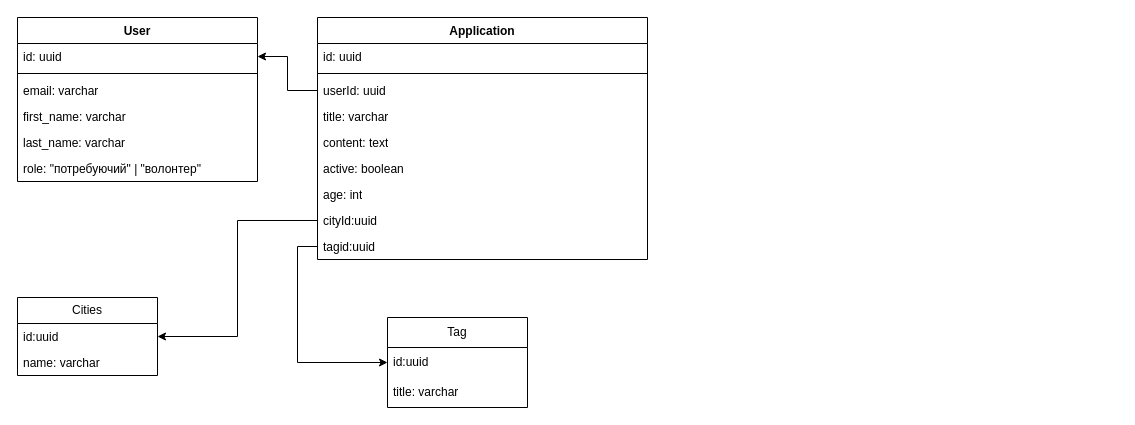
Before: Database.drawio in fyurchik/CodeCon, a draw.io diagram. Source tidied: cells renumbered, new cells numbered last; positions are measured from the earlier drawing's top-left corner, leaving out a move shared by most shapes. Both pictures are drawn from the tidied source at 100%, with x=0, y=0 at pixel (17, 17).
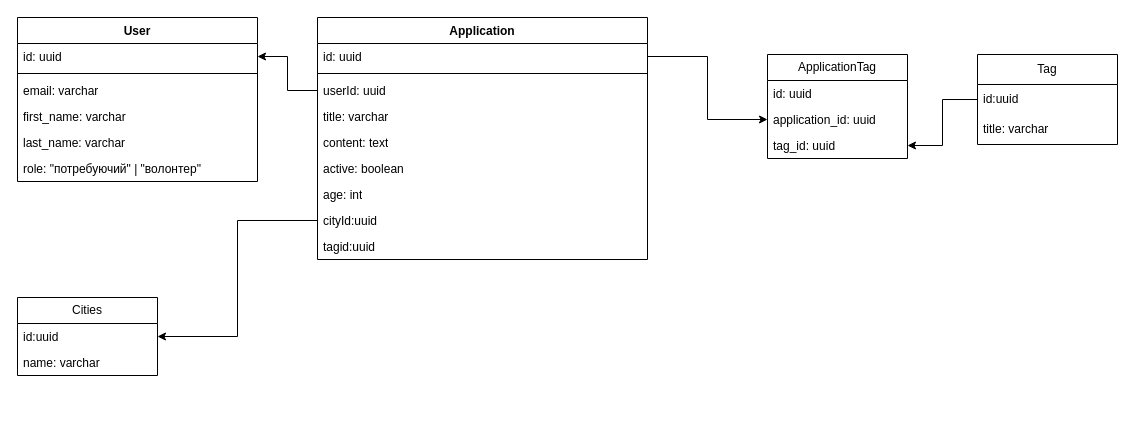
The same page after the edit.

Commit message:
Add ApplicationTag table

The change refers to these unchanged cells:
```xml
<mxCell id="10" value="id: uuid" style="text;strokeColor=none;fillColor=none;align=left;verticalAlign=top;spacingLeft=4;spacingRight=4;overflow=hidden;points=[[0,0.5],[1,0.5]];portConstraint=eastwest;whiteSpace=wrap;html=1;" parent="9" vertex="1">
  <mxGeometry y="26" width="330" height="26" as="geometry" />
</mxCell>
<mxCell id="18" value="tagid:uuid" style="text;strokeColor=none;fillColor=none;align=left;verticalAlign=top;spacingLeft=4;spacingRight=4;overflow=hidden;points=[[0,0.5],[1,0.5]];portConstraint=eastwest;whiteSpace=wrap;html=1;" parent="9" vertex="1">
  <mxGeometry y="216" width="330" height="26" as="geometry" />
</mxCell>
<mxCell id="25" value="id:uuid" style="text;strokeColor=none;fillColor=none;align=left;verticalAlign=middle;spacingLeft=4;spacingRight=4;overflow=hidden;points=[[0,0.5],[1,0.5]];portConstraint=eastwest;whiteSpace=wrap;html=1;" parent="24" vertex="1">
  <mxGeometry y="30" width="140" height="30" as="geometry" />
</mxCell>
```

What changed in the source:
```diff
@@
     <mxCell id="24" value="Tag" style="swimlane;fontStyle=0;horizontal=1;startSize=30;whiteSpace=wrap;html=1;" parent="1" vertex="1">
-      <mxGeometry x="370" y="300" width="140" height="90" as="geometry" />
+      <mxGeometry x="960" y="37" width="140" height="90" as="geometry" />
     </mxCell>
@@
-    <mxCell id="27" style="edgeStyle=orthogonalEdgeStyle;rounded=0;jettySize=auto;html=1;exitX=0;exitY=0.5;exitDx=0;exitDy=0;entryX=0;entryY=0.5;entryDx=0;entryDy=0;" parent="1" edge="1" source="18" target="25">
-      <mxGeometry relative="1" as="geometry" />
-    </mxCell>
+    <mxCell id="28" value="ApplicationTag" style="swimlane;fontStyle=0;horizontal=1;startSize=26;fillColor=none;whiteSpace=wrap;html=1;" parent="1" vertex="1">
+      <mxGeometry x="750" y="37" width="140" height="104" as="geometry" />
+    </mxCell>
+    <mxCell id="29" value="id: uuid" style="text;strokeColor=none;fillColor=none;align=left;verticalAlign=top;spacingLeft=4;spacingRight=4;overflow=hidden;whiteSpace=wrap;html=1;" parent="28" vertex="1">
+      <mxGeometry y="26" width="140" height="26" as="geometry" />
+    </mxCell>
+    <mxCell id="30" value="application_id: uuid" style="text;strokeColor=none;fillColor=none;align=left;verticalAlign=top;spacingLeft=4;spacingRight=4;overflow=hidden;points=[[0,0.5],[1,0.5]];portConstraint=eastwest;whiteSpace=wrap;html=1;" parent="28" vertex="1">
+      <mxGeometry y="52" width="140" height="26" as="geometry" />
+    </mxCell>
+    <mxCell id="31" value="tag_id: uuid" style="text;strokeColor=none;fillColor=none;align=left;verticalAlign=top;spacingLeft=4;spacingRight=4;overflow=hidden;points=[[0,0.5],[1,0.5]];portConstraint=eastwest;whiteSpace=wrap;html=1;" parent="28" vertex="1">
+      <mxGeometry y="78" width="140" height="26" as="geometry" />
+    </mxCell>
+    <mxCell id="32" style="edgeStyle=orthogonalEdgeStyle;rounded=0;jettySize=auto;html=1;exitX=1;exitY=0.5;exitDx=0;exitDy=0;entryX=0;entryY=0.5;entryDx=0;entryDy=0;" parent="1" edge="1" source="10" target="30">
+      <mxGeometry relative="1" as="geometry" />
+    </mxCell>
+    <mxCell id="33" style="edgeStyle=orthogonalEdgeStyle;rounded=0;jettySize=auto;html=1;exitX=0;exitY=0.5;exitDx=0;exitDy=0;entryX=1;entryY=0.5;entryDx=0;entryDy=0;" parent="1" edge="1" source="25" target="31">
+      <mxGeometry relative="1" as="geometry" />
+    </mxCell>
```
